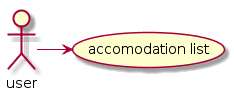
This is diagrams/user_acco_list.pu.png from lecler-i/mani-home-specs, a PlantUML export, as it was before one commit. Its diagram source:
```plantuml
@startuml
Actor user as u

u -> (accomodation list)
@enduml
```
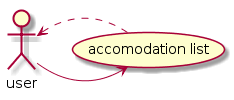
The same diagram one commit later.

What changed in the source:
```diff
@@ -1,5 +1,7 @@
 @startuml
 Actor user as u
 
-u -> (accomodation list)
+(accomodation list)  as al
+u -> al
+al ..> u
 @enduml
```
